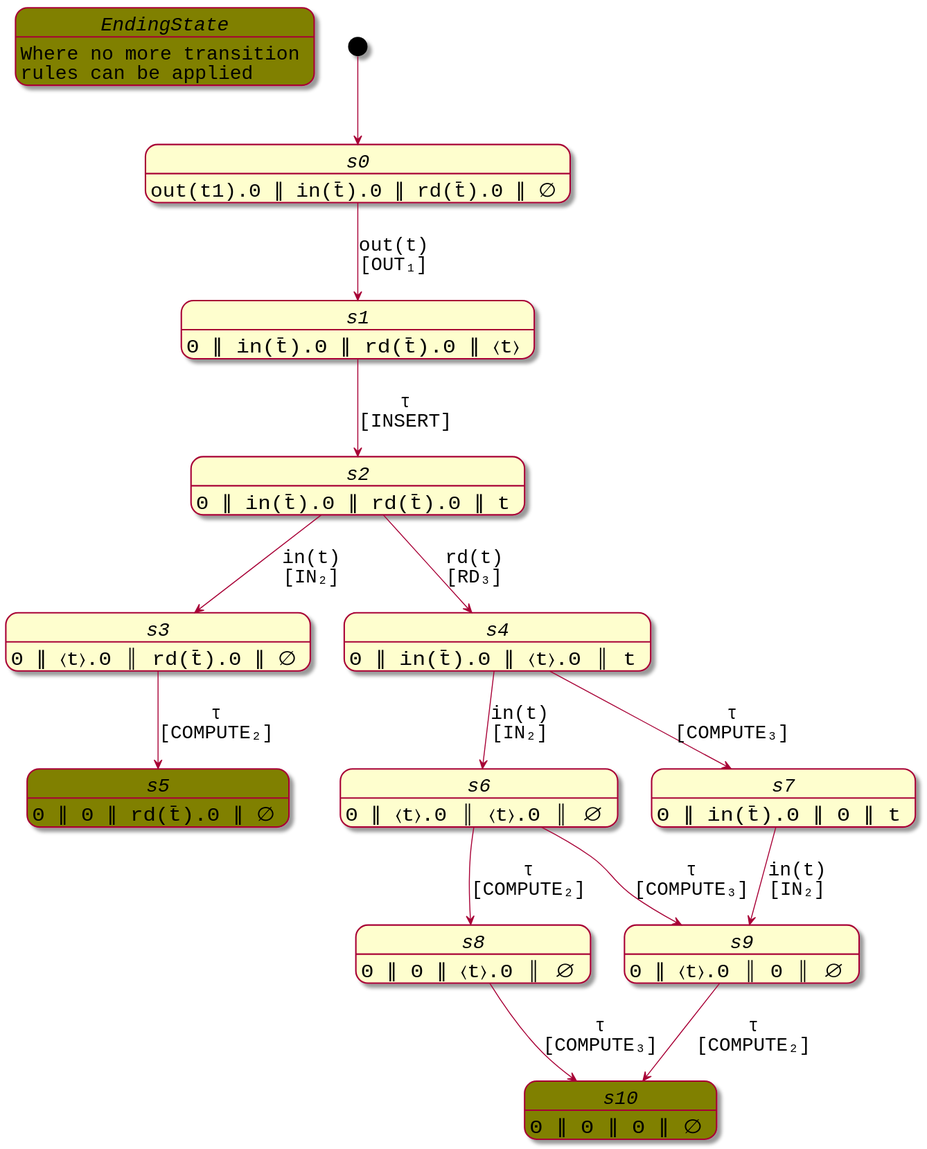
pikalab-unibo/sd-lab-process-algebra keeps this PlantUML diagram as img/out_in_rd.svg. Above is the earlier version.
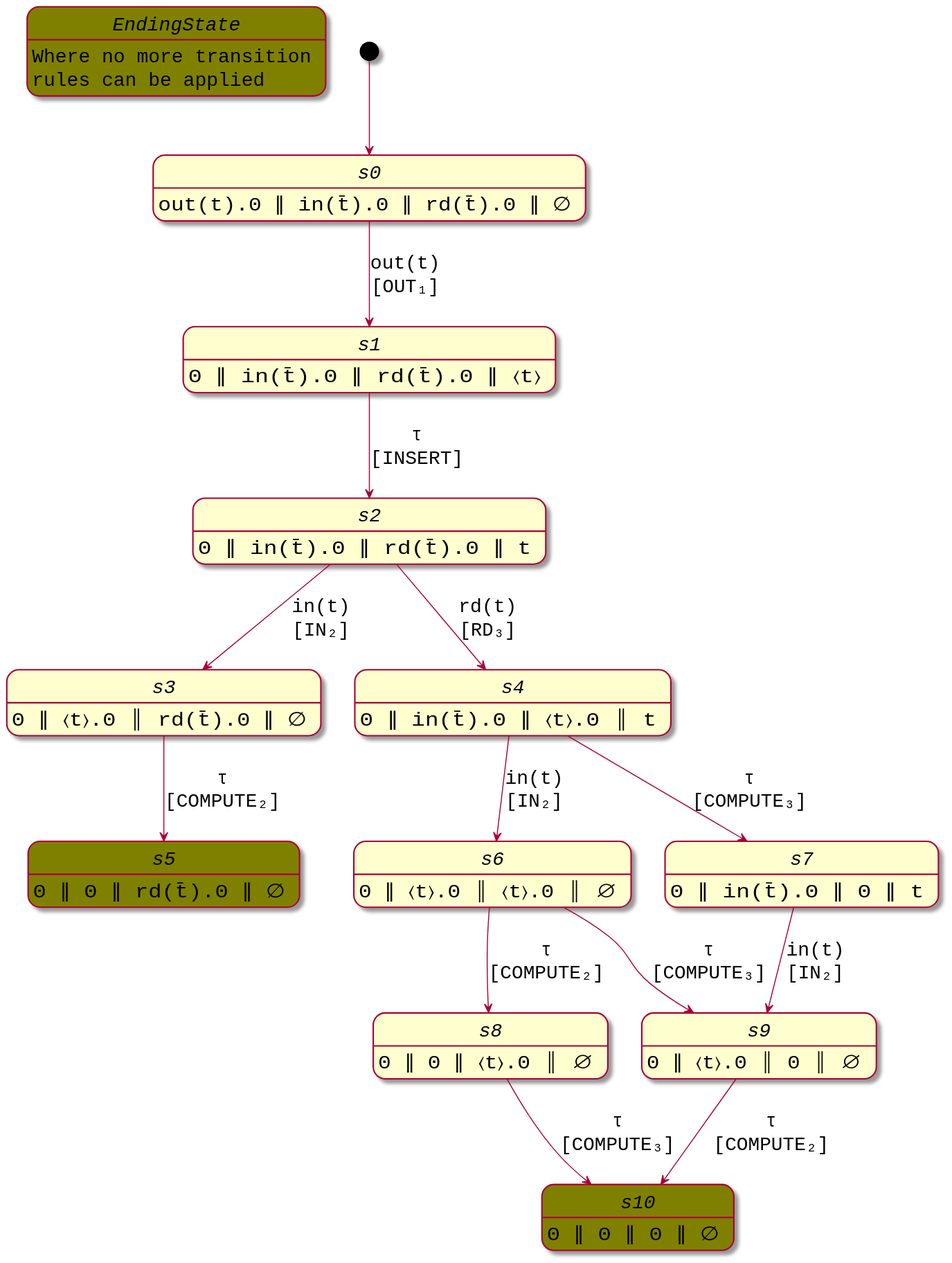
The same file after the commit.

Change to the diagram source:
```diff
@@ -11,7 +11,7 @@
 state EndingState <<Ending>>: Where no more transition\nrules can be applied
 
 [*] --> s0
-state s0: out(t1).0 ∥ in(t̄).0 ∥ rd(t̄).0 ∥ ∅
+state s0: out(t).0 ∥ in(t̄).0 ∥ rd(t̄).0 ∥ ∅
 s0 --> s1: out(t)\n[OUT₁]
 
 state s1: 0 ∥ in(t̄).0 ∥ rd(t̄).0 ∥ 〈t〉
```
